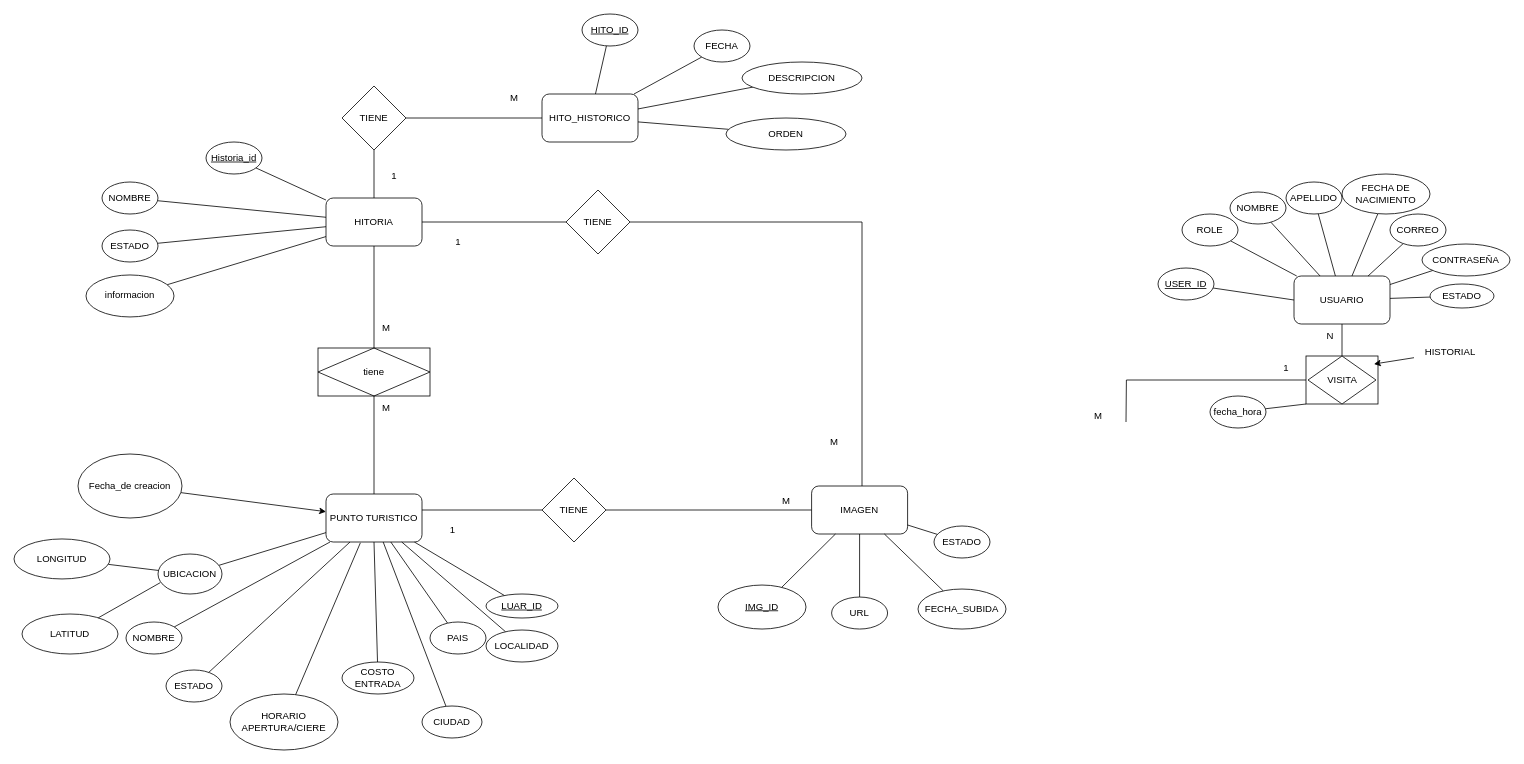
This is german.drawio from AlesharrDev/diagramasturista, a draw.io file, before an edit. Source tidied: cells renumbered, new cells numbered last; positions are measured from the earlier drawing's top-left corner, leaving out a move shared by most shapes. Both pictures are drawn from the tidied source at 80%, with x=0, y=0 at pixel (14, 14).
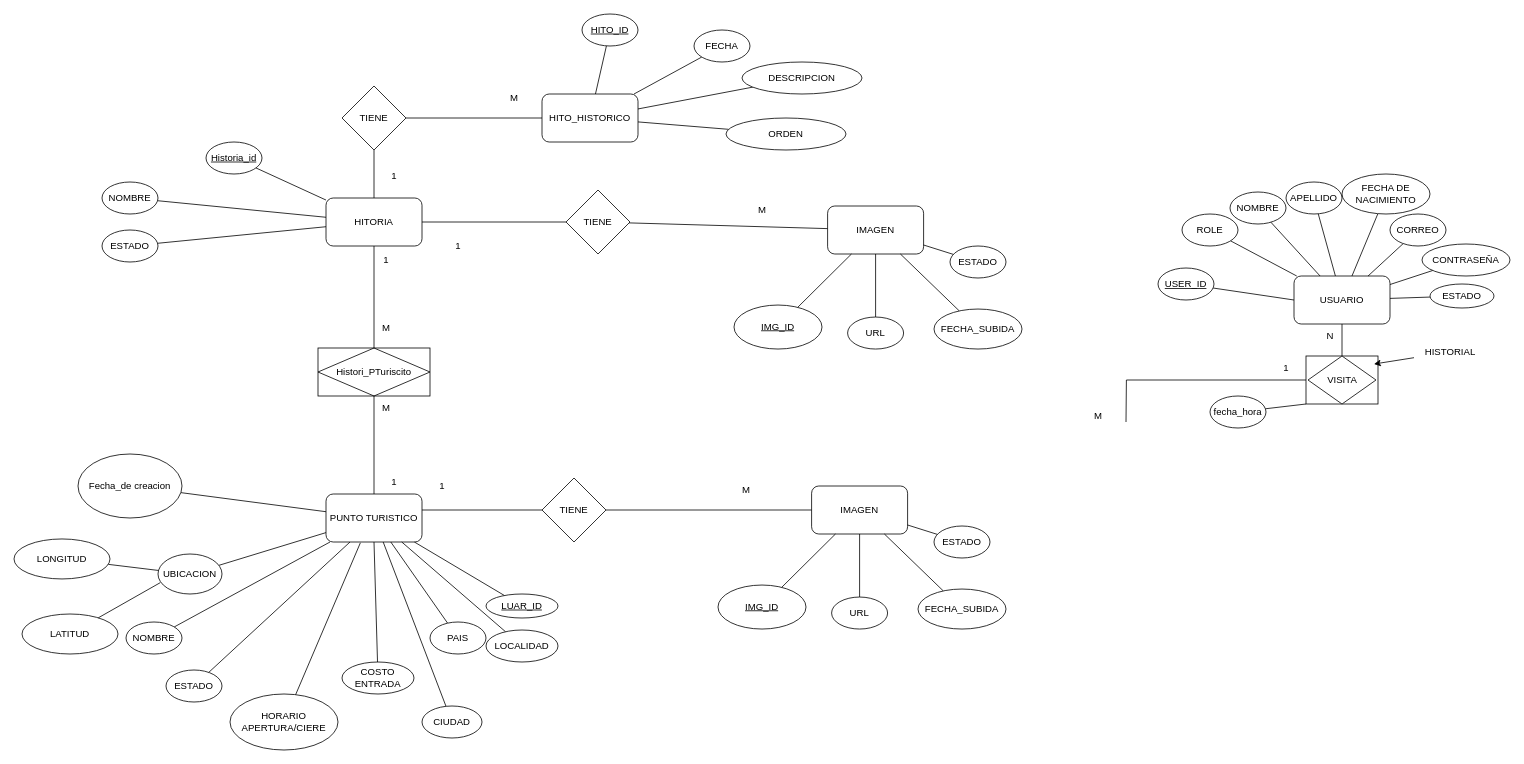
Above is the later version.

Unchanged cells that the change refers to:
```xml
<mxCell id="3" value="PUNTO TURISTICO" style="rounded=1;whiteSpace=wrap;html=1;" parent="1" vertex="1">
  <mxGeometry x="390" y="600" width="120" height="60" as="geometry" />
</mxCell>
<mxCell id="27" value="IMAGEN" style="rounded=1;whiteSpace=wrap;html=1;" parent="1" vertex="1">
  <mxGeometry x="997" y="590" width="120" height="60" as="geometry" />
</mxCell>
<mxCell id="69" value="HITORIA" style="rounded=1;whiteSpace=wrap;html=1;" parent="1" vertex="1">
  <mxGeometry x="390" y="230" width="120" height="60" as="geometry" />
</mxCell>
<mxCell id="81" value="Fecha_de creacion" style="ellipse;whiteSpace=wrap;html=1;" parent="1" vertex="1">
  <mxGeometry x="80" y="550" width="130" height="80" as="geometry" />
</mxCell>
<mxCell id="87" value="TIENE" style="rhombus;whiteSpace=wrap;html=1;" parent="1" vertex="1">
  <mxGeometry x="690" y="220" width="80" height="80" as="geometry" />
</mxCell>
```

Diff of the diagram source:
```diff
@@
     <mxCell id="36" value="M" style="text;html=1;align=center;verticalAlign=middle;strokeColor=none;fillColor=none;" parent="1" vertex="1">
-      <mxGeometry x="950" y="593.8" width="30" height="30" as="geometry" />
+      <mxGeometry x="900" y="580" width="30" height="30" as="geometry" />
     </mxCell>
@@
     <mxCell id="53" value="1" style="text;html=1;align=center;verticalAlign=middle;strokeColor=none;fillColor=none;" parent="1" vertex="1">
-      <mxGeometry x="532.5" y="630" width="30" height="30" as="geometry" />
+      <mxGeometry x="520" y="575" width="30" height="30" as="geometry" />
     </mxCell>
@@
-    <mxCell id="71" value="tiene" style="shape=associativeEntity;whiteSpace=wrap;html=1;align=center;" parent="1" vertex="1">
+    <mxCell id="71" value="Histori_PTuriscito" style="shape=associativeEntity;whiteSpace=wrap;html=1;align=center;" parent="1" vertex="1">
       <mxGeometry x="380" y="417.5" width="140" height="60" as="geometry" />
     </mxCell>
@@
-    <mxCell id="76" style="edgeStyle=none;html=1;endArrow=none;endFill=0;" parent="1" edge="1" source="77" target="69">
-      <mxGeometry relative="1" as="geometry" />
-    </mxCell>
-    <mxCell id="77" value="informacion" style="ellipse;whiteSpace=wrap;html=1;" parent="1" vertex="1">
-      <mxGeometry x="90" y="326.2" width="110" height="52.5" as="geometry" />
-    </mxCell>
@@
-    <mxCell id="80" style="edgeStyle=none;html=1;" parent="1" edge="1" source="81" target="3">
+    <mxCell id="80" style="edgeStyle=none;html=1;endArrow=none;endFill=0;" parent="1" edge="1" source="81" target="3">
       <mxGeometry relative="1" as="geometry" />
     </mxCell>
@@
-    <mxCell id="88" style="edgeStyle=orthogonalEdgeStyle;rounded=0;jettySize=auto;html=1;endArrow=none;startFill=0;" parent="1" edge="1" source="27" target="87">
-      <mxGeometry relative="1" as="geometry">
-        <Array as="points">
-          <mxPoint x="1060" y="260" />
-        </Array>
-      </mxGeometry>
-    </mxCell>
     <mxCell id="89" value="1" style="text;html=1;align=center;verticalAlign=middle;strokeColor=none;fillColor=none;" parent="1" vertex="1">
-      <mxGeometry x="540" y="270" width="30" height="30" as="geometry" />
+      <mxGeometry x="540" y="275" width="30" height="30" as="geometry" />
     </mxCell>
-    <mxCell id="90" value="M" style="text;html=1;align=center;verticalAlign=middle;strokeColor=none;fillColor=none;" parent="1" vertex="1">
-      <mxGeometry x="1010" y="520" width="30" height="30" as="geometry" />
-    </mxCell>
@@
+    <mxCell id="103" value="1" style="text;html=1;align=center;verticalAlign=middle;strokeColor=none;fillColor=none;" parent="1" vertex="1">
+      <mxGeometry x="460" y="570" width="30" height="30" as="geometry" />
+    </mxCell>
+    <mxCell id="104" value="1" style="text;html=1;align=center;verticalAlign=middle;strokeColor=none;fillColor=none;" parent="1" vertex="1">
+      <mxGeometry x="450" y="292.5" width="30" height="30" as="geometry" />
+    </mxCell>
+    <mxCell id="105" value="IMAGEN" style="rounded=1;whiteSpace=wrap;html=1;" parent="1" vertex="1">
+      <mxGeometry x="1017" y="240" width="120" height="60" as="geometry" />
+    </mxCell>
+    <mxCell id="106" style="rounded=0;jettySize=auto;html=1;endArrow=none;startFill=0;" parent="1" edge="1" source="107" target="105">
+      <mxGeometry relative="1" as="geometry" />
+    </mxCell>
+    <mxCell id="107" value="ESTADO" style="ellipse;whiteSpace=wrap;html=1;" parent="1" vertex="1">
+      <mxGeometry x="1170" y="290" width="70" height="40" as="geometry" />
+    </mxCell>
+    <mxCell id="108" style="rounded=0;jettySize=auto;html=1;endArrow=none;startFill=0;" parent="1" edge="1" source="109" target="105">
+      <mxGeometry relative="1" as="geometry" />
+    </mxCell>
+    <mxCell id="109" value="URL" style="ellipse;whiteSpace=wrap;html=1;" parent="1" vertex="1">
+      <mxGeometry x="1042" y="378.8" width="70" height="40" as="geometry" />
+    </mxCell>
+    <mxCell id="110" style="rounded=0;jettySize=auto;html=1;endArrow=none;startFill=0;" parent="1" edge="1" source="111" target="105">
+      <mxGeometry relative="1" as="geometry" />
+    </mxCell>
+    <mxCell id="111" value="FECHA_SUBIDA" style="ellipse;whiteSpace=wrap;html=1;" parent="1" vertex="1">
+      <mxGeometry x="1150" y="368.8" width="110" height="50" as="geometry" />
+    </mxCell>
+    <mxCell id="112" style="rounded=0;jettySize=auto;html=1;endArrow=none;startFill=0;" parent="1" edge="1" source="113" target="105">
+      <mxGeometry relative="1" as="geometry" />
+    </mxCell>
+    <mxCell id="113" value="&lt;u&gt;IMG_ID&lt;/u&gt;" style="ellipse;whiteSpace=wrap;html=1;" parent="1" vertex="1">
+      <mxGeometry x="900" y="363.8" width="110" height="55" as="geometry" />
+    </mxCell>
+    <mxCell id="90" value="M" style="text;html=1;align=center;verticalAlign=middle;strokeColor=none;fillColor=none;" parent="1" vertex="1">
+      <mxGeometry x="920" y="230" width="30" height="30" as="geometry" />
+    </mxCell>
+    <mxCell id="114" style="edgeStyle=none;html=1;endArrow=none;endFill=0;" parent="1" edge="1" source="87" target="105">
+      <mxGeometry relative="1" as="geometry" />
+    </mxCell>
```
